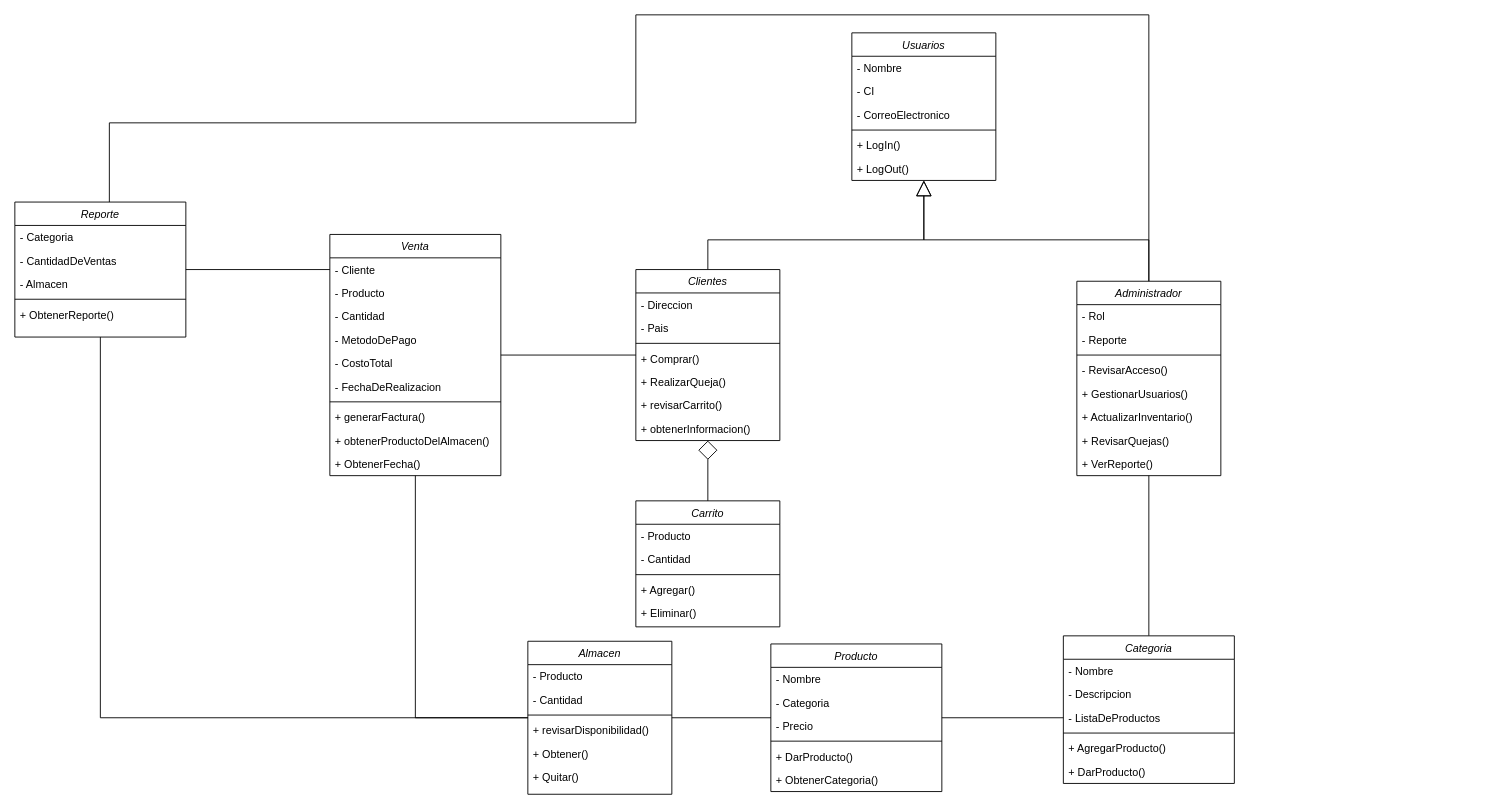
The draw.io diagram DDC Tienda.drawio in JorgeMartinezSanchez/Progra_II, before the edit. Source tidied: cells renumbered, new cells numbered last; positions are measured from the earlier drawing's top-left corner, leaving out a move shared by most shapes. Both pictures are drawn from the tidied source at 90%, with x=0, y=0 at pixel (14, 14).
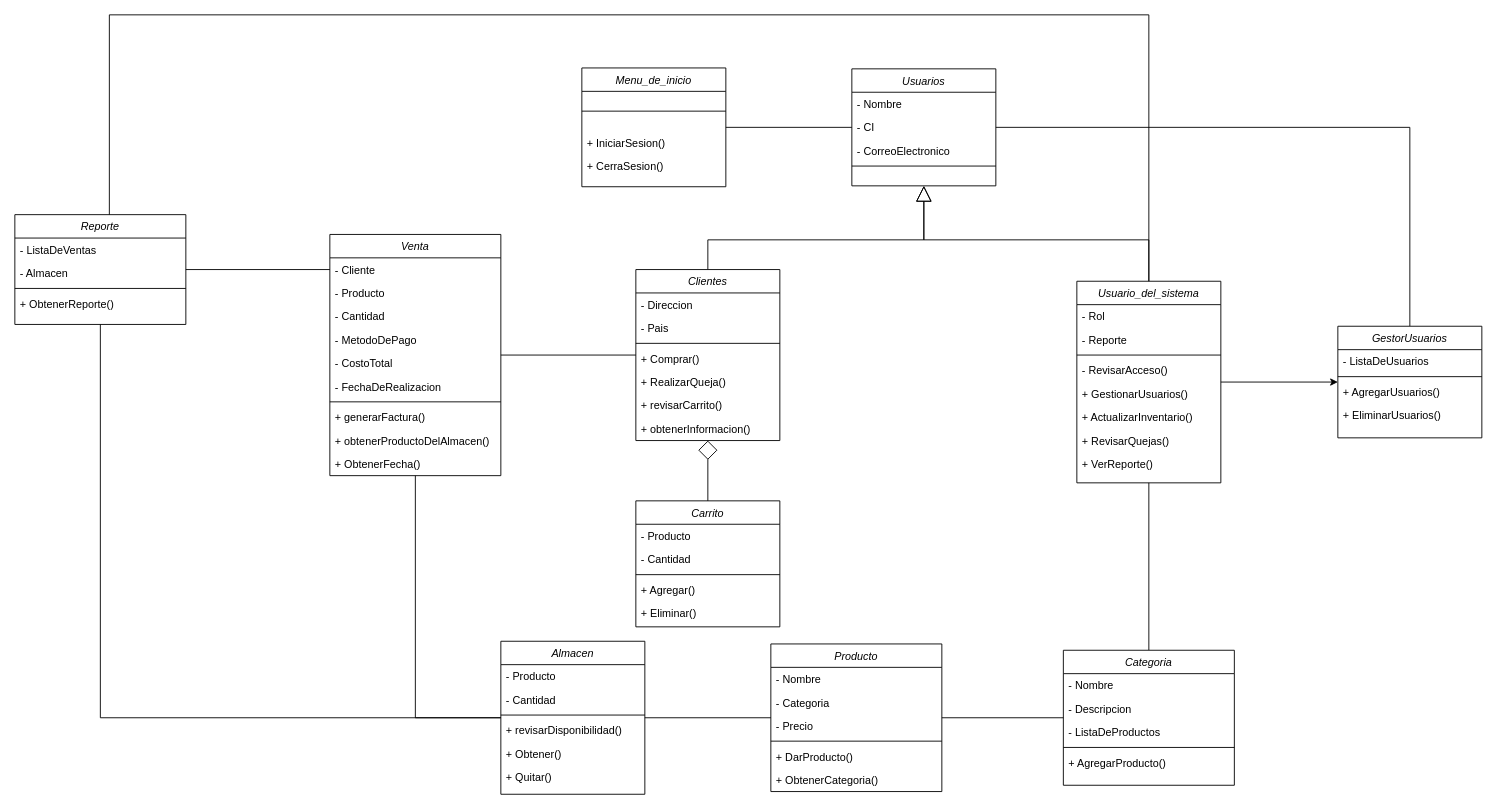
After the change.

Unchanged cells that the change refers to:
```xml
<mxCell id="46" value="Venta" style="swimlane;fontStyle=2;align=center;verticalAlign=top;horizontal=1;startSize=26;rounded=0;shadow=0;strokeWidth=1;" parent="1" vertex="1">
  <mxGeometry x="350" y="244" width="190" height="268" as="geometry" />
</mxCell>
<mxCell id="60" value="- ListaDeProductos" style="text;align=left;verticalAlign=top;spacingLeft=4;spacingRight=4;overflow=hidden;points=[[0,0.5],[1,0.5]];portConstraint=eastwest;rounded=0;shadow=0;html=0;" parent="57" vertex="1">
  <mxGeometry y="78" width="190" height="26" as="geometry" />
</mxCell>
<mxCell id="65" value="Producto" style="swimlane;fontStyle=2;align=center;verticalAlign=top;horizontal=1;startSize=26;rounded=0;shadow=0;strokeWidth=1;" parent="1" vertex="1">
  <mxGeometry x="840" y="699" width="190" height="164" as="geometry" />
</mxCell>
```

The edit, as a diff of the source:
```diff
@@
+    <mxCell id="81" style="edgeStyle=orthogonalEdgeStyle;rounded=0;jettySize=auto;html=1;endArrow=none;startFill=0;" parent="1" edge="1" source="2" target="84">
+      <mxGeometry relative="1" as="geometry" />
+    </mxCell>
+    <mxCell id="82" style="edgeStyle=orthogonalEdgeStyle;rounded=0;jettySize=auto;html=1;endArrow=none;startFill=0;" parent="1" edge="1" source="2" target="88">
+      <mxGeometry relative="1" as="geometry" />
+    </mxCell>
     <mxCell id="2" value="Usuarios" style="swimlane;fontStyle=2;align=center;verticalAlign=top;horizontal=1;startSize=26;rounded=0;shadow=0;strokeWidth=1;" parent="1" vertex="1">
-      <mxGeometry x="930" y="20" width="160" height="164" as="geometry" />
+      <mxGeometry x="930" y="60" width="160" height="130" as="geometry" />
     </mxCell>
@@
-    <mxCell id="7" value="+ LogIn()" style="text;align=left;verticalAlign=top;spacingLeft=4;spacingRight=4;overflow=hidden;rounded=0;shadow=0;html=0;" parent="2" vertex="1">
-      <mxGeometry y="112" width="160" height="26" as="geometry" />
-    </mxCell>
-    <mxCell id="8" value="+ LogOut()" style="text;align=left;verticalAlign=top;spacingLeft=4;spacingRight=4;overflow=hidden;rounded=0;shadow=0;html=0;" parent="2" vertex="1">
-      <mxGeometry y="138" width="160" height="26" as="geometry" />
-    </mxCell>
@@
+    <mxCell id="83" style="edgeStyle=orthogonalEdgeStyle;rounded=0;jettySize=auto;html=1;" parent="1" edge="1" source="21" target="88">
+      <mxGeometry relative="1" as="geometry" />
+    </mxCell>
-    <mxCell id="21" value="Administrador" style="swimlane;fontStyle=2;align=center;verticalAlign=top;horizontal=1;startSize=26;rounded=0;shadow=0;strokeWidth=1;" parent="1" vertex="1">
-      <mxGeometry x="1180" y="296" width="160" height="216" as="geometry" />
+    <mxCell id="21" value="Usuario_del_sistema" style="swimlane;fontStyle=2;align=center;verticalAlign=top;horizontal=1;startSize=26;rounded=0;shadow=0;strokeWidth=1;" parent="1" vertex="1">
+      <mxGeometry x="1180" y="296" width="160" height="224" as="geometry" />
     </mxCell>
@@
     <mxCell id="37" style="edgeStyle=orthogonalEdgeStyle;rounded=0;jettySize=auto;html=1;endArrow=none;startFill=0;" parent="1" edge="1" source="39" target="46">
-      <mxGeometry relative="1" as="geometry" />
+      <mxGeometry relative="1" as="geometry">
+        <Array as="points">
+          <mxPoint x="445" y="781" />
+        </Array>
+      </mxGeometry>
     </mxCell>
-    <mxCell id="38" style="edgeStyle=orthogonalEdgeStyle;rounded=0;jettySize=auto;html=1;endArrow=none;startFill=0;" parent="1" edge="1" source="39" target="73">
+    <mxCell id="38" style="edgeStyle=orthogonalEdgeStyle;rounded=0;jettySize=auto;html=1;endArrow=none;startFill=0;entryX=0.5;entryY=1;entryDx=0;entryDy=0;" parent="1" edge="1" source="39" target="73">
       <mxGeometry relative="1" as="geometry" />
     </mxCell>
     <mxCell id="39" value="Almacen" style="swimlane;fontStyle=2;align=center;verticalAlign=top;horizontal=1;startSize=26;rounded=0;shadow=0;strokeWidth=1;" parent="1" vertex="1">
-      <mxGeometry x="570" y="696" width="160" height="170" as="geometry" />
+      <mxGeometry x="540" y="696" width="160" height="170" as="geometry" />
     </mxCell>
@@
     <mxCell id="57" value="Categoria" style="swimlane;fontStyle=2;align=center;verticalAlign=top;horizontal=1;startSize=26;rounded=0;shadow=0;strokeWidth=1;" parent="1" vertex="1">
-      <mxGeometry x="1165" y="690" width="190" height="164" as="geometry" />
+      <mxGeometry x="1165" y="706" width="190" height="150" as="geometry" />
     </mxCell>
@@
-    <mxCell id="63" value="+ DarProducto()" style="text;align=left;verticalAlign=top;spacingLeft=4;spacingRight=4;overflow=hidden;rounded=0;shadow=0;html=0;" parent="57" vertex="1">
-      <mxGeometry y="138" width="190" height="26" as="geometry" />
-    </mxCell>
@@
-    <mxCell id="72" style="edgeStyle=orthogonalEdgeStyle;rounded=0;jettySize=auto;html=1;endArrow=none;startFill=0;" parent="1" edge="1" source="60" target="65">
+    <mxCell id="72" style="edgeStyle=orthogonalEdgeStyle;rounded=0;jettySize=auto;html=1;endArrow=none;startFill=0;" parent="1" edge="1" source="57" target="65">
       <mxGeometry relative="1" as="geometry" />
     </mxCell>
     <mxCell id="73" value="Reporte" style="swimlane;fontStyle=2;align=center;verticalAlign=top;horizontal=1;startSize=26;rounded=0;shadow=0;strokeWidth=1;" parent="1" vertex="1">
-      <mxGeometry y="208" width="190" height="150" as="geometry" />
+      <mxGeometry y="222" width="190" height="122" as="geometry" />
     </mxCell>
-    <mxCell id="74" value="- Categoria" style="text;align=left;verticalAlign=top;spacingLeft=4;spacingRight=4;overflow=hidden;" parent="73" vertex="1">
-      <mxGeometry y="26" width="190" height="26" as="geometry" />
-    </mxCell>
-    <mxCell id="75" value="- CantidadDeVentas" style="text;align=left;verticalAlign=top;spacingLeft=4;spacingRight=4;overflow=hidden;rounded=0;shadow=0;html=0;" parent="73" vertex="1">
-      <mxGeometry y="52" width="190" height="26" as="geometry" />
+    <mxCell id="75" value="- ListaDeVentas" style="text;align=left;verticalAlign=top;spacingLeft=4;spacingRight=4;overflow=hidden;rounded=0;shadow=0;html=0;" parent="73" vertex="1">
+      <mxGeometry y="26" width="190" height="26" as="geometry" />
     </mxCell>
     <mxCell id="76" value="- Almacen" style="text;align=left;verticalAlign=top;spacingLeft=4;spacingRight=4;overflow=hidden;rounded=0;shadow=0;html=0;" parent="73" vertex="1">
-      <mxGeometry y="78" width="190" height="26" as="geometry" />
+      <mxGeometry y="52" width="190" height="26" as="geometry" />
     </mxCell>
     <mxCell id="77" style="line;html=1;strokeWidth=1;align=left;verticalAlign=middle;spacingTop=-1;spacingLeft=3;spacingRight=3;labelPosition=right;" parent="73" vertex="1">
-      <mxGeometry y="104" width="190" height="8" as="geometry" />
+      <mxGeometry y="78" width="190" height="8" as="geometry" />
     </mxCell>
     <mxCell id="78" value="+ ObtenerReporte()" style="text;align=left;verticalAlign=top;spacingLeft=4;spacingRight=4;overflow=hidden;rounded=0;shadow=0;html=0;" parent="73" vertex="1">
-      <mxGeometry y="112" width="190" height="26" as="geometry" />
+      <mxGeometry y="86" width="190" height="26" as="geometry" />
     </mxCell>
@@
     <mxCell id="80" style="edgeStyle=orthogonalEdgeStyle;rounded=0;jettySize=auto;html=1;endArrow=none;startFill=0;" parent="1" edge="1" source="21" target="73">
       <mxGeometry relative="1" as="geometry">
         <Array as="points">
           <mxPoint x="1260" />
-          <mxPoint x="690" />
-          <mxPoint x="690" y="120" />
-          <mxPoint x="105" y="120" />
+          <mxPoint x="105" />
         </Array>
       </mxGeometry>
     </mxCell>
+    <mxCell id="84" value="Menu_de_inicio" style="swimlane;fontStyle=2;align=center;verticalAlign=top;horizontal=1;startSize=26;rounded=0;shadow=0;strokeWidth=1;" parent="1" vertex="1">
+      <mxGeometry x="630" y="59" width="160" height="132" as="geometry" />
+    </mxCell>
+    <mxCell id="85" style="line;html=1;strokeWidth=1;align=left;verticalAlign=middle;spacingTop=-1;spacingLeft=3;spacingRight=3;labelPosition=right;" parent="84" vertex="1">
+      <mxGeometry y="26" width="160" height="44" as="geometry" />
+    </mxCell>
+    <mxCell id="86" value="+ IniciarSesion()" style="text;align=left;verticalAlign=top;spacingLeft=4;spacingRight=4;overflow=hidden;rounded=0;shadow=0;html=0;" parent="84" vertex="1">
+      <mxGeometry y="70" width="160" height="26" as="geometry" />
+    </mxCell>
+    <mxCell id="87" value="+ CerraSesion()" style="text;align=left;verticalAlign=top;spacingLeft=4;spacingRight=4;overflow=hidden;rounded=0;shadow=0;html=0;" parent="84" vertex="1">
+      <mxGeometry y="96" width="160" height="26" as="geometry" />
+    </mxCell>
+    <mxCell id="88" value="GestorUsuarios" style="swimlane;fontStyle=2;align=center;verticalAlign=top;horizontal=1;startSize=26;rounded=0;shadow=0;strokeWidth=1;" parent="1" vertex="1">
+      <mxGeometry x="1470" y="346" width="160" height="124" as="geometry" />
+    </mxCell>
+    <mxCell id="89" value="- ListaDeUsuarios" style="text;align=left;verticalAlign=top;spacingLeft=4;spacingRight=4;overflow=hidden;" parent="88" vertex="1">
+      <mxGeometry y="26" width="160" height="26" as="geometry" />
+    </mxCell>
+    <mxCell id="90" style="line;html=1;strokeWidth=1;align=left;verticalAlign=middle;spacingTop=-1;spacingLeft=3;spacingRight=3;labelPosition=right;" parent="88" vertex="1">
+      <mxGeometry y="52" width="160" height="8" as="geometry" />
+    </mxCell>
+    <mxCell id="91" value="+ AgregarUsuarios()" style="text;align=left;verticalAlign=top;spacingLeft=4;spacingRight=4;overflow=hidden;rounded=0;shadow=0;html=0;" parent="88" vertex="1">
+      <mxGeometry y="60" width="160" height="26" as="geometry" />
+    </mxCell>
+    <mxCell id="92" value="+ EliminarUsuarios()" style="text;align=left;verticalAlign=top;spacingLeft=4;spacingRight=4;overflow=hidden;rounded=0;shadow=0;html=0;" parent="88" vertex="1">
+      <mxGeometry y="86" width="160" height="26" as="geometry" />
+    </mxCell>
```
